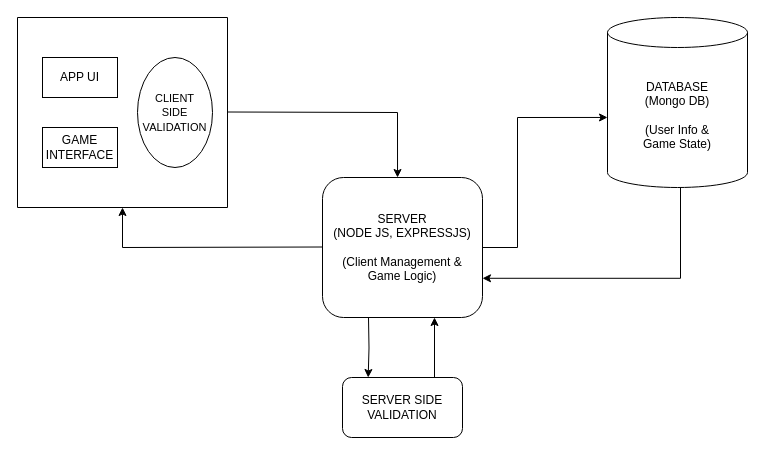
rudro-sarkar-128/LukoChuri-Dev keeps this draw.io diagram as project-diagram.drawio. Above is the earlier version. Source tidied: cells renumbered, new cells numbered last; positions are measured from the earlier drawing's top-left corner, leaving out a move shared by most shapes. Both pictures are drawn from the tidied source at 100%, with x=0, y=0 at pixel (17, 17).
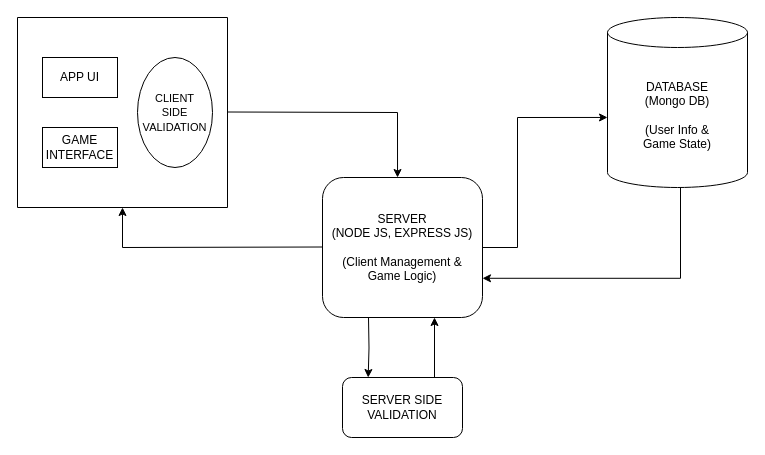
After the change.

Change to the diagram source:
```diff
@@
-    <mxCell id="10" value="SERVER&lt;div&gt;(NODE JS, EXPRESSJS)&lt;/div&gt;&lt;div&gt;&lt;br&gt;&lt;/div&gt;&lt;div&gt;(Client Management &amp;amp;&lt;br&gt;Game Logic)&lt;/div&gt;" style="rounded=1;whiteSpace=wrap;html=1;roundedPerimeter=1;" parent="1" vertex="1">
+    <mxCell id="10" value="SERVER&lt;div&gt;(NODE JS, EXPRESS JS)&lt;/div&gt;&lt;div&gt;&lt;br&gt;&lt;/div&gt;&lt;div&gt;(Client Management &amp;amp;&lt;br&gt;Game Logic)&lt;/div&gt;" style="rounded=1;whiteSpace=wrap;html=1;roundedPerimeter=1;" parent="1" vertex="1">
       <mxGeometry x="305" y="160" width="160" height="140" as="geometry" />
     </mxCell>
```
